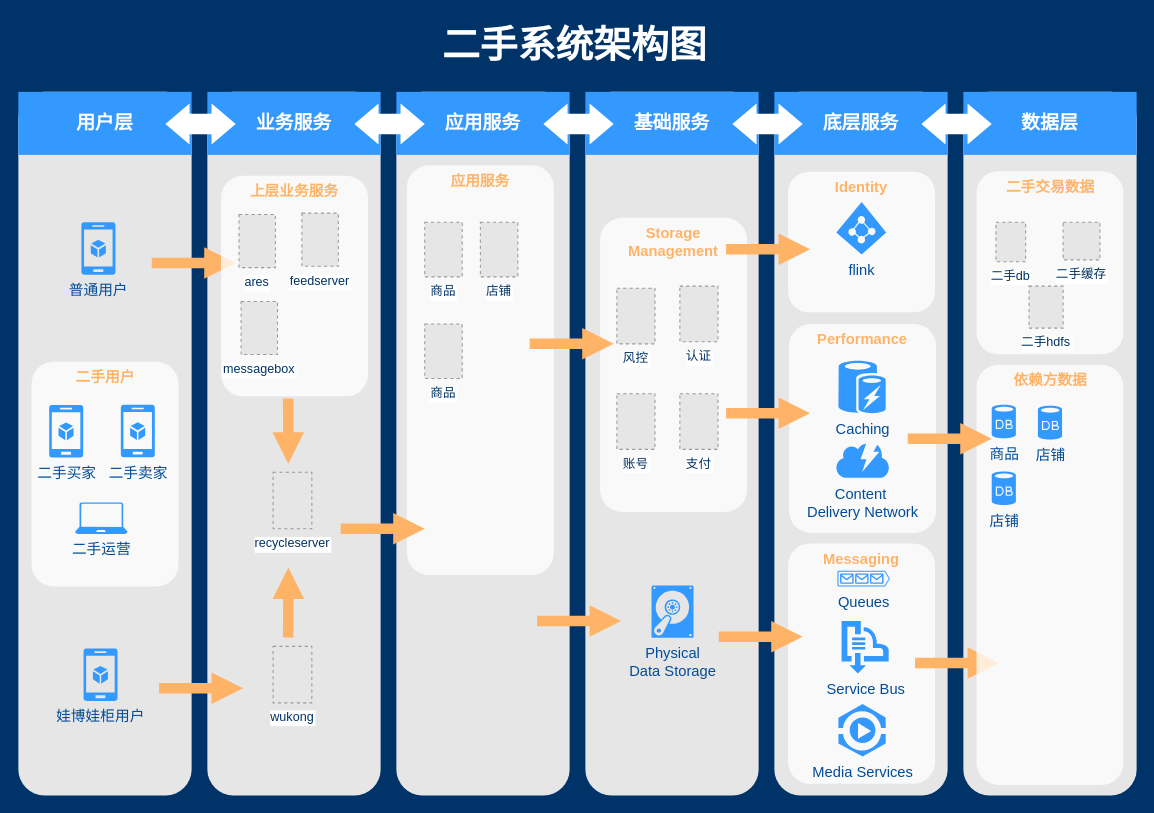
The draw.io diagram Untitled Diagram.drawio in killermyth/Documents, before the edit. Source tidied: cells renumbered, new cells numbered last; positions are measured from the earlier drawing's top-left corner, leaving out a move shared by most shapes. Both pictures are drawn from the tidied source at 105%, with x=0, y=0 at pixel (18, 18). Pictures stored in the file or linked from it are replaced by grey dashed boxes.
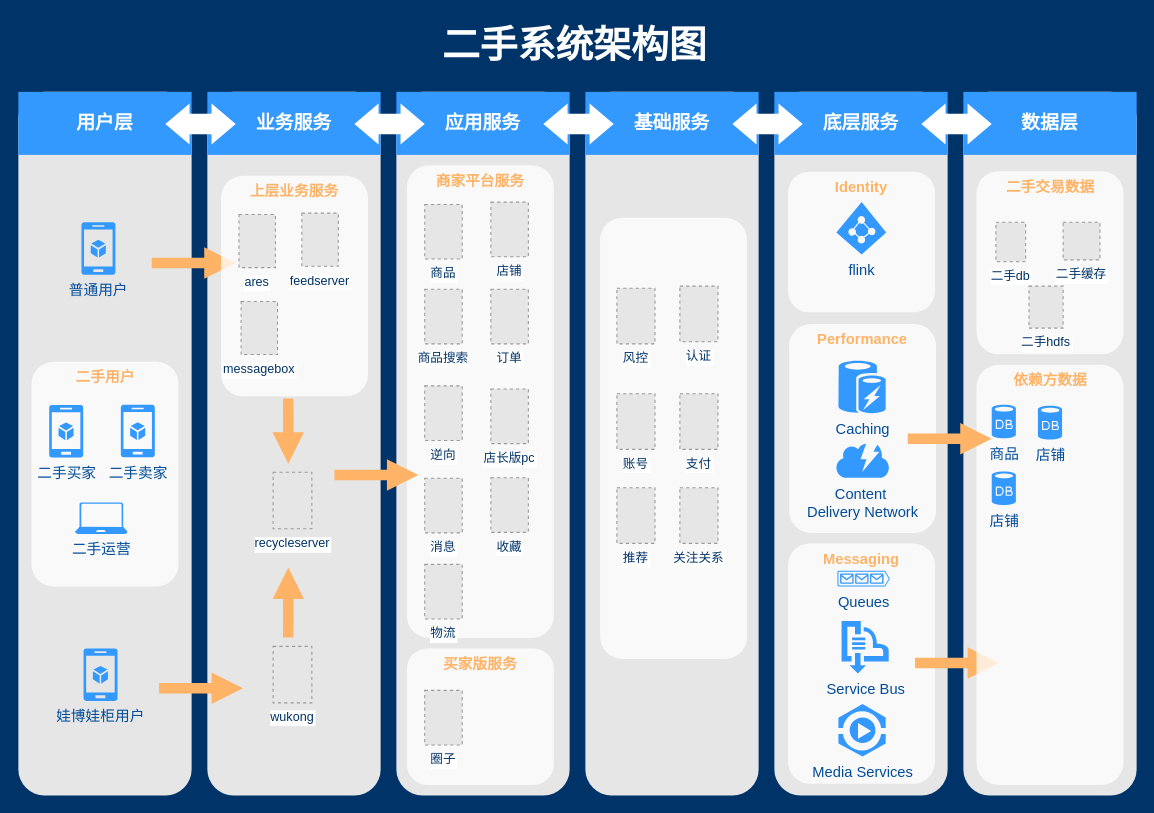
Above is the later version.

Change to the diagram source:
```diff
@@
-    <mxCell id="20" value="应用服务" style="rounded=1;whiteSpace=wrap;html=1;dashed=1;strokeColor=none;strokeWidth=2;fillColor=#FFFFFF;fontFamily=Helvetica;fontSize=14;fontColor=#FFB366;opacity=75;verticalAlign=top;fontStyle=1;" parent="1" vertex="1">
-      <mxGeometry x="370" y="140" width="140" height="390" as="geometry" />
+    <mxCell id="20" value="商家平台服务" style="rounded=1;whiteSpace=wrap;html=1;dashed=1;strokeColor=none;strokeWidth=2;fillColor=#FFFFFF;fontFamily=Helvetica;fontSize=14;fontColor=#FFB366;opacity=75;verticalAlign=top;fontStyle=1;" parent="1" vertex="1">
+      <mxGeometry x="370" y="140" width="140" height="450" as="geometry" />
     </mxCell>
-    <mxCell id="21" value="Storage Management" style="rounded=1;whiteSpace=wrap;html=1;dashed=1;strokeColor=none;strokeWidth=2;fillColor=#FFFFFF;fontFamily=Helvetica;fontSize=14;fontColor=#FFB366;opacity=75;verticalAlign=top;fontStyle=1;" parent="1" vertex="1">
-      <mxGeometry x="554" y="190" width="140" height="280" as="geometry" />
+    <mxCell id="21" style="rounded=1;whiteSpace=wrap;html=1;dashed=1;strokeColor=none;strokeWidth=2;fillColor=#FFFFFF;fontFamily=Helvetica;fontSize=14;fontColor=#FFB366;opacity=75;verticalAlign=top;fontStyle=1;" parent="1" vertex="1">
+      <mxGeometry x="554" y="190" width="140" height="420" as="geometry" />
     </mxCell>
-    <mxCell id="22" value="Physical&lt;div&gt;Data Storage&lt;/div&gt;" style="verticalLabelPosition=bottom;html=1;verticalAlign=top;strokeColor=none;fillColor=#3399FF;shape=mxgraph.azure.vhd;dashed=1;fontFamily=Helvetica;fontSize=14;fontColor=#004C99;" parent="1" vertex="1">
-      <mxGeometry x="603" y="540" width="40" height="50" as="geometry" />
-    </mxCell>
@@
-    <mxCell id="33" style="arrow;html=1;endArrow=block;endFill=1;strokeColor=none;strokeWidth=4;fontFamily=Helvetica;fontSize=36;fontColor=#FFB366;fillColor=#FFB366;" parent="1" edge="1">
-      <mxGeometry relative="1" as="geometry">
-        <mxPoint x="487" y="310" as="sourcePoint" />
-        <mxPoint x="567" y="310" as="targetPoint" />
-      </mxGeometry>
-    </mxCell>
-    <mxCell id="34" style="arrow;html=1;endArrow=block;endFill=1;strokeColor=none;strokeWidth=4;fontFamily=Helvetica;fontSize=36;fontColor=#FFB366;fillColor=#FFB366;" parent="1" edge="1">
-      <mxGeometry relative="1" as="geometry">
-        <mxPoint x="674" y="376" as="sourcePoint" />
-        <mxPoint x="754" y="376" as="targetPoint" />
-      </mxGeometry>
-    </mxCell>
-    <mxCell id="35" style="arrow;html=1;endArrow=block;endFill=1;strokeColor=none;strokeWidth=4;fontFamily=Helvetica;fontSize=36;fontColor=#FFB366;fillColor=#FFB366;" parent="1" edge="1">
-      <mxGeometry relative="1" as="geometry">
-        <mxPoint x="674" y="220" as="sourcePoint" />
-        <mxPoint x="754" y="220" as="targetPoint" />
-      </mxGeometry>
-    </mxCell>
@@
-    <mxCell id="37" style="arrow;html=1;endArrow=block;endFill=1;strokeColor=none;strokeWidth=4;fontFamily=Helvetica;fontSize=36;fontColor=#FFB366;fillColor=#FFB366;" parent="1" edge="1">
-      <mxGeometry relative="1" as="geometry">
-        <mxPoint x="667" y="589" as="sourcePoint" />
-        <mxPoint x="747" y="589" as="targetPoint" />
-      </mxGeometry>
-    </mxCell>
-    <mxCell id="38" style="arrow;html=1;endArrow=block;endFill=1;strokeColor=none;strokeWidth=4;fontFamily=Helvetica;fontSize=36;fontColor=#FFB366;fillColor=#FFB366;" parent="1" edge="1">
-      <mxGeometry relative="1" as="geometry">
-        <mxPoint x="494" y="574" as="sourcePoint" />
-        <mxPoint x="574" y="574" as="targetPoint" />
-      </mxGeometry>
-    </mxCell>
     <mxCell id="39" style="arrow;html=1;endArrow=block;endFill=1;strokeColor=none;strokeWidth=4;fontFamily=Helvetica;fontSize=36;fontColor=#FFB366;fillColor=#FFB366;" parent="1" edge="1">
       <mxGeometry relative="1" as="geometry">
-        <mxPoint x="307" y="486" as="sourcePoint" />
-        <mxPoint x="387" y="486" as="targetPoint" />
+        <mxPoint x="301" y="435" as="sourcePoint" />
+        <mxPoint x="381" y="435" as="targetPoint" />
       </mxGeometry>
     </mxCell>
@@
     <mxCell id="66" value="商品" style="fillColor=#E6E6E6;strokeColor=#999999;dashed=1;verticalLabelPosition=bottom;labelBackgroundColor=#ffffff;verticalAlign=top;fontColor=#003366;" parent="1" vertex="1">
-      <mxGeometry x="387" y="194.2" width="35.7" height="52" as="geometry" />
+      <mxGeometry x="387" y="177.2" width="35.7" height="52" as="geometry" />
     </mxCell>
     <mxCell id="67" value="店铺" style="fillColor=#E6E6E6;strokeColor=#999999;dashed=1;verticalLabelPosition=bottom;labelBackgroundColor=#ffffff;verticalAlign=top;fontColor=#003366;" parent="1" vertex="1">
-      <mxGeometry x="440" y="194.2" width="35.7" height="52" as="geometry" />
+      <mxGeometry x="450" y="175" width="35.7" height="52" as="geometry" />
     </mxCell>
-    <mxCell id="68" value="商品" style="fillColor=#E6E6E6;strokeColor=#999999;dashed=1;verticalLabelPosition=bottom;labelBackgroundColor=#ffffff;verticalAlign=top;fontColor=#003366;" parent="1" vertex="1">
-      <mxGeometry x="387" y="291" width="35.7" height="52" as="geometry" />
+    <mxCell id="68" value="商品搜索" style="fillColor=#E6E6E6;strokeColor=#999999;dashed=1;verticalLabelPosition=bottom;labelBackgroundColor=#ffffff;verticalAlign=top;fontColor=#003366;" parent="1" vertex="1">
+      <mxGeometry x="387" y="258" width="35.7" height="52" as="geometry" />
     </mxCell>
@@
+    <mxCell id="73" value="订单" style="fillColor=#E6E6E6;strokeColor=#999999;dashed=1;verticalLabelPosition=bottom;labelBackgroundColor=#ffffff;verticalAlign=top;fontColor=#003366;" parent="1" vertex="1">
+      <mxGeometry x="450" y="258" width="35.7" height="52" as="geometry" />
+    </mxCell>
+    <mxCell id="74" value="逆向" style="fillColor=#E6E6E6;strokeColor=#999999;dashed=1;verticalLabelPosition=bottom;labelBackgroundColor=#ffffff;verticalAlign=top;fontColor=#003366;" parent="1" vertex="1">
+      <mxGeometry x="387" y="350" width="35.7" height="52" as="geometry" />
+    </mxCell>
+    <mxCell id="75" value="店长版pc" style="fillColor=#E6E6E6;strokeColor=#999999;dashed=1;verticalLabelPosition=bottom;labelBackgroundColor=#ffffff;verticalAlign=top;fontColor=#003366;" parent="1" vertex="1">
+      <mxGeometry x="450" y="353" width="35.7" height="52" as="geometry" />
+    </mxCell>
+    <mxCell id="76" value="消息" style="fillColor=#E6E6E6;strokeColor=#999999;dashed=1;verticalLabelPosition=bottom;labelBackgroundColor=#ffffff;verticalAlign=top;fontColor=#003366;" parent="1" vertex="1">
+      <mxGeometry x="387" y="438" width="35.7" height="52" as="geometry" />
+    </mxCell>
+    <mxCell id="77" value="买家版服务" style="rounded=1;whiteSpace=wrap;html=1;dashed=1;strokeColor=none;strokeWidth=2;fillColor=#FFFFFF;fontFamily=Helvetica;fontSize=14;fontColor=#FFB366;opacity=75;verticalAlign=top;fontStyle=1;" parent="1" vertex="1">
+      <mxGeometry x="370" y="600" width="140" height="130" as="geometry" />
+    </mxCell>
+    <mxCell id="78" value="圈子" style="fillColor=#E6E6E6;strokeColor=#999999;dashed=1;verticalLabelPosition=bottom;labelBackgroundColor=#ffffff;verticalAlign=top;fontColor=#003366;" parent="1" vertex="1">
+      <mxGeometry x="387" y="640" width="35.7" height="52" as="geometry" />
+    </mxCell>
+    <mxCell id="79" value="推荐" style="fillColor=#E6E6E6;strokeColor=#999999;dashed=1;verticalLabelPosition=bottom;labelBackgroundColor=#ffffff;verticalAlign=top;fontColor=#003366;" parent="1" vertex="1">
+      <mxGeometry x="570" y="447" width="36.3" height="53" as="geometry" />
+    </mxCell>
+    <mxCell id="80" value="关注关系" style="fillColor=#E6E6E6;strokeColor=#999999;dashed=1;verticalLabelPosition=bottom;labelBackgroundColor=#ffffff;verticalAlign=top;fontColor=#003366;" parent="1" vertex="1">
+      <mxGeometry x="630" y="447" width="36.3" height="53" as="geometry" />
+    </mxCell>
+    <mxCell id="81" value="收藏" style="fillColor=#E6E6E6;strokeColor=#999999;dashed=1;verticalLabelPosition=bottom;labelBackgroundColor=#ffffff;verticalAlign=top;fontColor=#003366;" parent="1" vertex="1">
+      <mxGeometry x="450" y="437.5" width="35.7" height="52" as="geometry" />
+    </mxCell>
+    <mxCell id="82" value="物流" style="fillColor=#E6E6E6;strokeColor=#999999;dashed=1;verticalLabelPosition=bottom;labelBackgroundColor=#ffffff;verticalAlign=top;fontColor=#003366;" parent="1" vertex="1">
+      <mxGeometry x="387" y="520" width="35.7" height="52" as="geometry" />
+    </mxCell>
```
